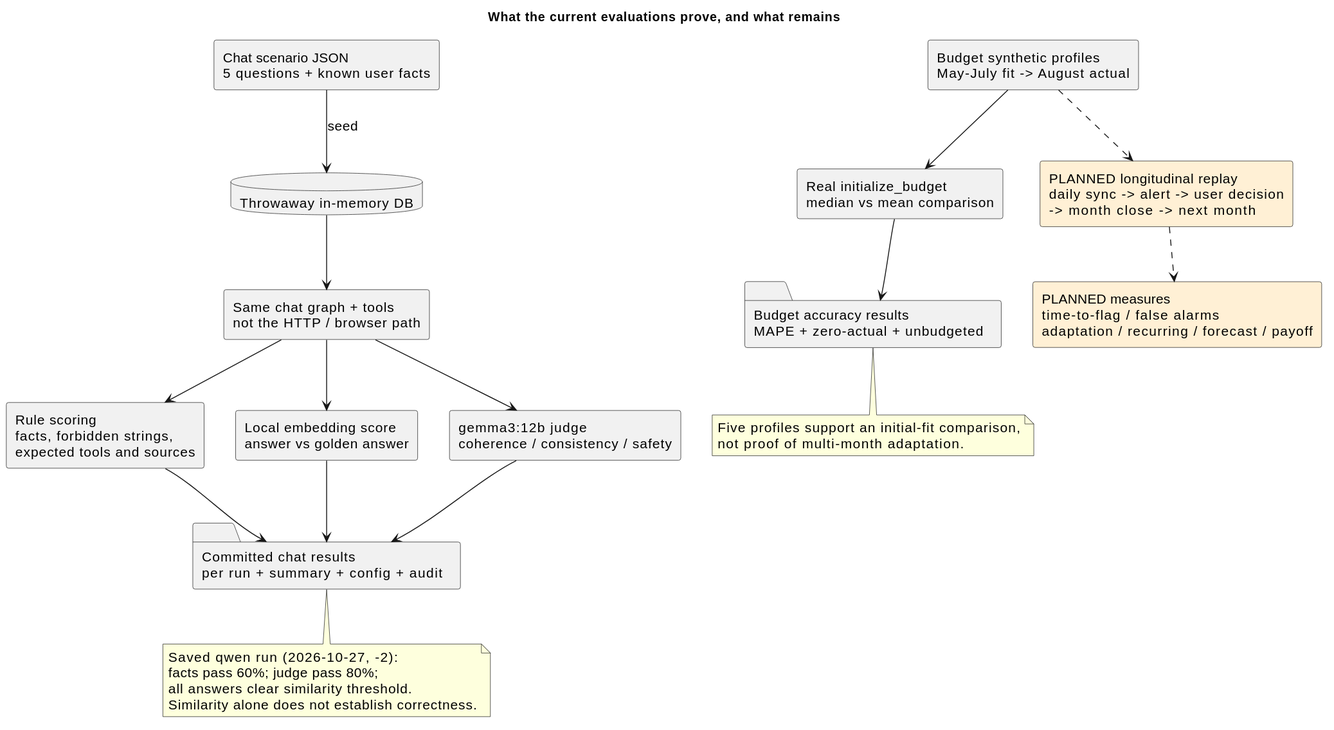
Above: docs/diagrams/evaluation-flow.svg in Del0m/Agentic-Financial-Dashboard (PlantUML), before the change. Source of this version:
```plantuml
@startuml
title What the current evaluations prove, and what remains
top to bottom direction
skinparam shadowing false
skinparam componentStyle rectangle
skinparam defaultFontName SansSerif
skinparam defaultFontSize 15
component "Chat scenario JSON\n5 questions + known user facts" as scenarios
database "Throwaway in-memory DB" as db
component "Same chat graph + tools\nnot the HTTP / browser path" as graph
component "Rule scoring\nfacts, forbidden strings,\nexpected tools and sources" as facts
component "Local embedding score\nanswer vs golden answer" as similarity
component "gemma3:12b judge\ncoherence / consistency / safety" as judge
folder "Committed chat results\nper run + summary + config + audit" as results
component "Budget synthetic profiles\nMay-July fit -> August actual" as profiles
component "Real initialize_budget\nmedian vs mean comparison" as fit
folder "Budget accuracy results\nMAPE + zero-actual + unbudgeted" as accuracy
component "PLANNED longitudinal replay\ndaily sync -> alert -> user decision\n-> month close -> next month" as replay #FFF0D5
component "PLANNED measures\ntime-to-flag / false alarms\nadaptation / recurring / forecast / payoff" as measures #FFF0D5
scenarios --> db : seed
db --> graph
graph --> facts
graph --> similarity
graph --> judge
facts --> results
similarity --> results
judge --> results
profiles --> fit
fit --> accuracy
profiles ..> replay
replay ..> measures
note bottom of results
Saved qwen run (2026-10-27, -2):
facts pass 60%; judge pass 80%;
all answers clear similarity threshold.
Similarity alone does not establish correctness.
end note
note bottom of accuracy
Five profiles support an initial-fit comparison,
not proof of multi-month adaptation.
end note
@enduml
```
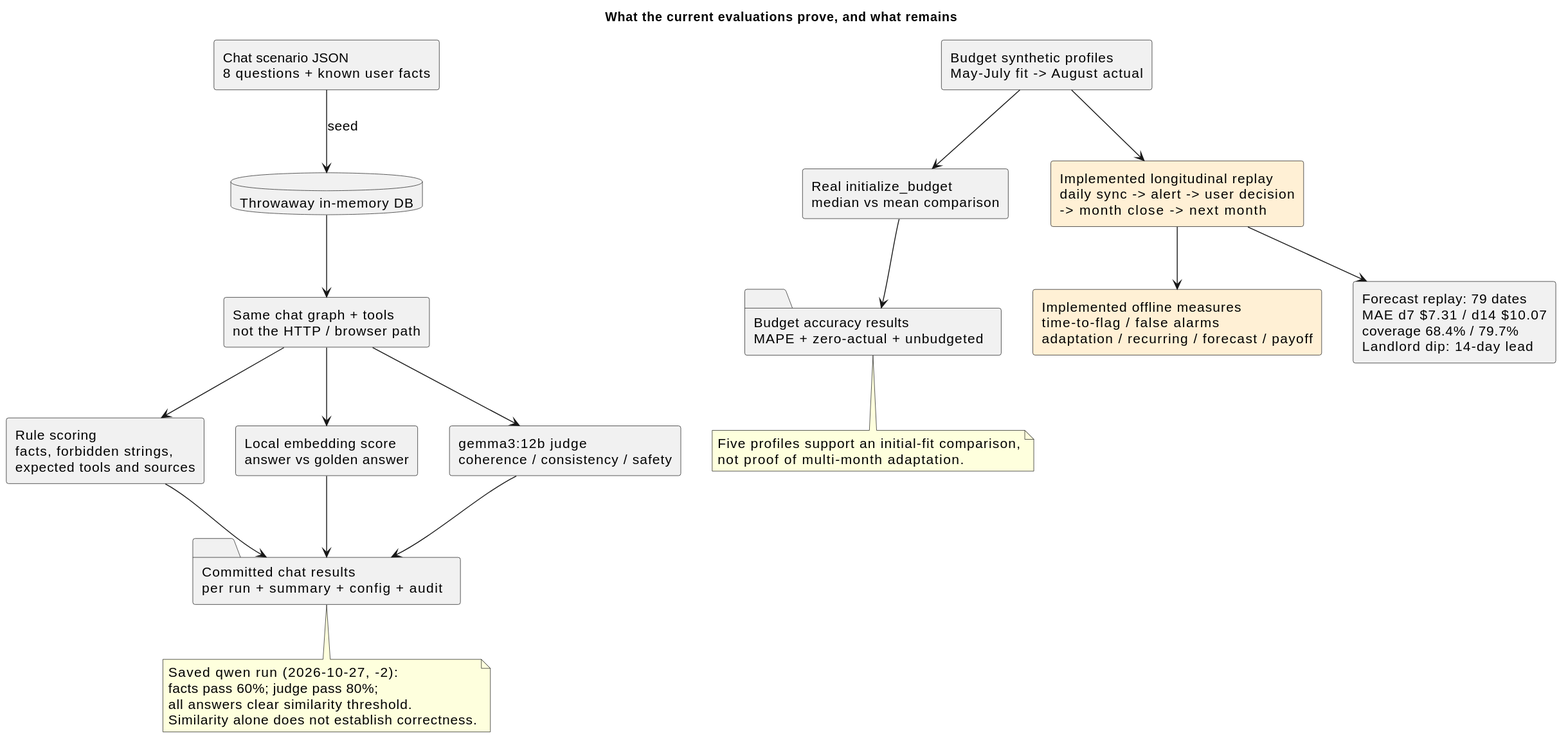
After the commit.

Change to the diagram source:
```diff
@@ -5,7 +5,7 @@
 skinparam componentStyle rectangle
 skinparam defaultFontName SansSerif
 skinparam defaultFontSize 15
-component "Chat scenario JSON\n5 questions + known user facts" as scenarios
+component "Chat scenario JSON\n8 questions + known user facts" as scenarios
 database "Throwaway in-memory DB" as db
 component "Same chat graph + tools\nnot the HTTP / browser path" as graph
 component "Rule scoring\nfacts, forbidden strings,\nexpected tools and sources" as facts
@@ -15,8 +15,8 @@
 component "Budget synthetic profiles\nMay-July fit -> August actual" as profiles
 component "Real initialize_budget\nmedian vs mean comparison" as fit
 folder "Budget accuracy results\nMAPE + zero-actual + unbudgeted" as accuracy
-component "PLANNED longitudinal replay\ndaily sync -> alert -> user decision\n-> month close -> next month" as replay #FFF0D5
-component "PLANNED measures\ntime-to-flag / false alarms\nadaptation / recurring / forecast / payoff" as measures #FFF0D5
+component "Implemented longitudinal replay\ndaily sync -> alert -> user decision\n-> month close -> next month" as replay #FFF0D5
+component "Implemented offline measures\ntime-to-flag / false alarms\nadaptation / recurring / forecast / payoff" as measures #FFF0D5
 scenarios --> db : seed
 db --> graph
 graph --> facts
@@ -27,14 +27,16 @@
 judge --> results
 profiles --> fit
 fit --> accuracy
-profiles ..> replay
-replay ..> measures
+profiles --> replay
+replay --> measures
 note bottom of results
 Saved qwen run (2026-10-27, -2):
 facts pass 60%; judge pass 80%;
 all answers clear similarity threshold.
 Similarity alone does not establish correctness.
 end note
+component "Forecast replay: 79 dates\nMAE d7 $7.31 / d14 $10.07\ncoverage 68.4% / 79.7%\nLandlord dip: 14-day lead" as forecast
+replay --> forecast
 note bottom of accuracy
 Five profiles support an initial-fit comparison,
 not proof of multi-month adaptation.
```
